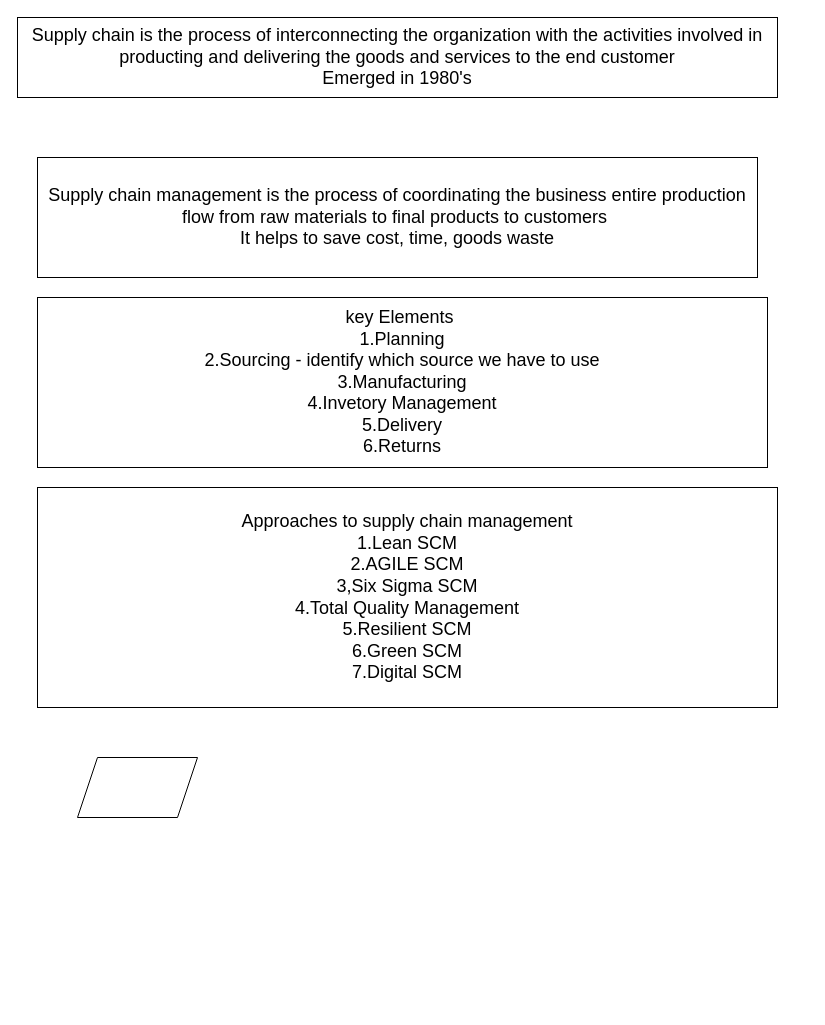
Before: Untitled Diagram.drawio in priya9491/Sketch, a draw.io diagram. Source tidied: cells renumbered, new cells numbered last; positions are measured from the earlier drawing's top-left corner, leaving out a move shared by most shapes. Both pictures are drawn from the tidied source at 100%, with x=0, y=0 at pixel (17, 17).
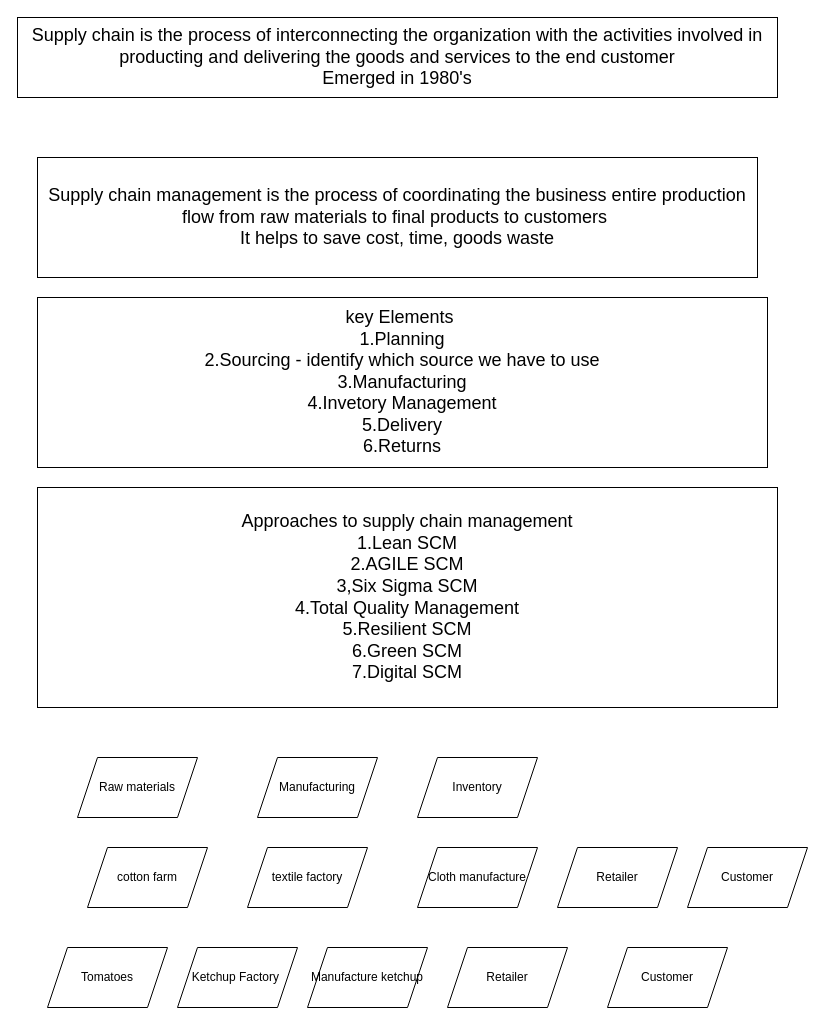
After the change.

The edit, as a diff of the source:
```diff
@@
 <mxGraphModel>
   <root>
     <mxCell id="0" />
     <mxCell id="1" parent="0" />
     <mxCell id="2" value="&lt;font style=&quot;font-size: 18px;&quot;&gt;Supply chain is the process of interconnecting the organization with the activities involved in producting and delivering the goods and services to the end customer&lt;/font&gt;&lt;div&gt;&lt;span style=&quot;font-size: 18px;&quot;&gt;Emerged in 1980's&lt;/span&gt;&lt;/div&gt;" style="rounded=0;whiteSpace=wrap;html=1;" parent="1" vertex="1">
       <mxGeometry width="760" height="80" as="geometry" />
     </mxCell>
     <mxCell id="3" value="&lt;font style=&quot;font-size: 18px;&quot;&gt;Supply chain management is the process of coordinating the business entire production flow from raw materials to final products to customers&amp;nbsp;&lt;br&gt;It helps to save cost, time, goods waste&lt;/font&gt;" style="rounded=0;whiteSpace=wrap;html=1;" parent="1" vertex="1">
       <mxGeometry x="20" y="140" width="720" height="120" as="geometry" />
     </mxCell>
     <mxCell id="4" value="&lt;font style=&quot;font-size: 18px;&quot;&gt;key Elements&amp;nbsp;&lt;br&gt;1.Planning&lt;/font&gt;&lt;div&gt;&lt;font style=&quot;font-size: 18px;&quot;&gt;2.Sourcing - identify which source we have to use&lt;/font&gt;&lt;/div&gt;&lt;div&gt;&lt;font style=&quot;font-size: 18px;&quot;&gt;3.Manufacturing&lt;/font&gt;&lt;/div&gt;&lt;div&gt;&lt;font style=&quot;font-size: 18px;&quot;&gt;4.Invetory Management&lt;/font&gt;&lt;/div&gt;&lt;div&gt;&lt;font style=&quot;font-size: 18px;&quot;&gt;5.Delivery&lt;/font&gt;&lt;/div&gt;&lt;div&gt;&lt;font style=&quot;font-size: 18px;&quot;&gt;6.Returns&lt;/font&gt;&lt;/div&gt;" style="rounded=0;whiteSpace=wrap;html=1;" parent="1" vertex="1">
       <mxGeometry x="20" y="280" width="730" height="170" as="geometry" />
     </mxCell>
     <mxCell id="5" value="&lt;font style=&quot;font-size: 18px;&quot;&gt;Approaches to supply chain management&lt;/font&gt;&lt;div&gt;&lt;font style=&quot;font-size: 18px;&quot;&gt;1.Lean SCM&lt;/font&gt;&lt;/div&gt;&lt;div&gt;&lt;font style=&quot;font-size: 18px;&quot;&gt;2.AGILE SCM&lt;/font&gt;&lt;/div&gt;&lt;div&gt;&lt;font style=&quot;font-size: 18px;&quot;&gt;3,Six Sigma SCM&lt;/font&gt;&lt;/div&gt;&lt;div&gt;&lt;font style=&quot;font-size: 18px;&quot;&gt;4.Total Quality Management&lt;/font&gt;&lt;/div&gt;&lt;div&gt;&lt;font style=&quot;font-size: 18px;&quot;&gt;5.Resilient SCM&lt;/font&gt;&lt;/div&gt;&lt;div&gt;&lt;font style=&quot;font-size: 18px;&quot;&gt;6.Green SCM&lt;/font&gt;&lt;/div&gt;&lt;div&gt;&lt;font style=&quot;font-size: 18px;&quot;&gt;7.Digital SCM&lt;/font&gt;&lt;/div&gt;" style="rounded=0;whiteSpace=wrap;html=1;" parent="1" vertex="1">
       <mxGeometry x="20" y="470" width="740" height="220" as="geometry" />
     </mxCell>
-    <mxCell id="6" style="shape=parallelogram;perimeter=parallelogramPerimeter;whiteSpace=wrap;html=1;fixedSize=1;" parent="1" vertex="1">
+    <mxCell id="6" value="Raw materials" style="shape=parallelogram;perimeter=parallelogramPerimeter;whiteSpace=wrap;html=1;fixedSize=1;" parent="1" vertex="1">
       <mxGeometry x="60" y="740" width="120" height="60" as="geometry" />
     </mxCell>
+    <mxCell id="7" value="Manufacturing" style="shape=parallelogram;perimeter=parallelogramPerimeter;whiteSpace=wrap;html=1;fixedSize=1;" parent="1" vertex="1">
+      <mxGeometry x="240" y="740" width="120" height="60" as="geometry" />
+    </mxCell>
+    <mxCell id="8" value="Inventory" style="shape=parallelogram;perimeter=parallelogramPerimeter;whiteSpace=wrap;html=1;fixedSize=1;" parent="1" vertex="1">
+      <mxGeometry x="400" y="740" width="120" height="60" as="geometry" />
+    </mxCell>
+    <mxCell id="9" value="Customer" style="shape=parallelogram;perimeter=parallelogramPerimeter;whiteSpace=wrap;html=1;fixedSize=1;" parent="1" vertex="1">
+      <mxGeometry x="670" y="830" width="120" height="60" as="geometry" />
+    </mxCell>
+    <mxCell id="10" value="textile factory" style="shape=parallelogram;perimeter=parallelogramPerimeter;whiteSpace=wrap;html=1;fixedSize=1;" parent="1" vertex="1">
+      <mxGeometry x="230" y="830" width="120" height="60" as="geometry" />
+    </mxCell>
+    <mxCell id="11" value="cotton farm" style="shape=parallelogram;perimeter=parallelogramPerimeter;whiteSpace=wrap;html=1;fixedSize=1;" parent="1" vertex="1">
+      <mxGeometry x="70" y="830" width="120" height="60" as="geometry" />
+    </mxCell>
+    <mxCell id="12" value="Cloth manufacture" style="shape=parallelogram;perimeter=parallelogramPerimeter;whiteSpace=wrap;html=1;fixedSize=1;" parent="1" vertex="1">
+      <mxGeometry x="400" y="830" width="120" height="60" as="geometry" />
+    </mxCell>
+    <mxCell id="13" value="Retailer" style="shape=parallelogram;perimeter=parallelogramPerimeter;whiteSpace=wrap;html=1;fixedSize=1;" parent="1" vertex="1">
+      <mxGeometry x="540" y="830" width="120" height="60" as="geometry" />
+    </mxCell>
+    <mxCell id="14" value="Tomatoes" style="shape=parallelogram;perimeter=parallelogramPerimeter;whiteSpace=wrap;html=1;fixedSize=1;" parent="1" vertex="1">
+      <mxGeometry x="30" y="930" width="120" height="60" as="geometry" />
+    </mxCell>
+    <mxCell id="15" value="Ketchup Factory&amp;nbsp;" style="shape=parallelogram;perimeter=parallelogramPerimeter;whiteSpace=wrap;html=1;fixedSize=1;" parent="1" vertex="1">
+      <mxGeometry x="160" y="930" width="120" height="60" as="geometry" />
+    </mxCell>
+    <mxCell id="16" value="Manufacture ketchup" style="shape=parallelogram;perimeter=parallelogramPerimeter;whiteSpace=wrap;html=1;fixedSize=1;" parent="1" vertex="1">
+      <mxGeometry x="290" y="930" width="120" height="60" as="geometry" />
+    </mxCell>
+    <mxCell id="17" value="Retailer" style="shape=parallelogram;perimeter=parallelogramPerimeter;whiteSpace=wrap;html=1;fixedSize=1;" parent="1" vertex="1">
+      <mxGeometry x="430" y="930" width="120" height="60" as="geometry" />
+    </mxCell>
+    <mxCell id="18" value="Customer" style="shape=parallelogram;perimeter=parallelogramPerimeter;whiteSpace=wrap;html=1;fixedSize=1;" parent="1" vertex="1">
+      <mxGeometry x="590" y="930" width="120" height="60" as="geometry" />
+    </mxCell>
   </root>
 </mxGraphModel>
```
